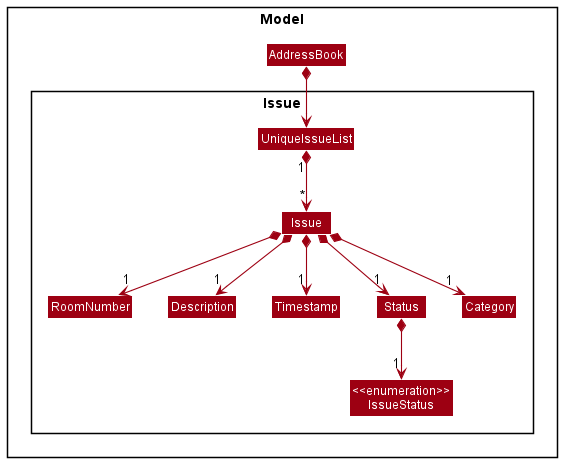
This is docs/images/issue/IssueClass.png from nus-cs2103-AY2021S2/tp, a PlantUML export, as it was before one commit. Its diagram source:
```plantuml
@startuml
!include ../style.puml
skinparam arrowThickness 1.1
skinparam arrowColor MODEL_COLOR
skinparam classBackgroundColor MODEL_COLOR


package Model {
Class AddressBook
package Issue {
Class UniqueIssueList
Class Issue
Class RoomNumber
Class Description
Class Timestamp
Class Status
Class Category
Enum "<<enumeration>>\nIssueStatus" as IssueStatus
}
}

AddressBook *--> UniqueIssueList
UniqueIssueList "1" *--> "*" Issue
Issue *--> "1" RoomNumber
Issue *--> "1" Description
Issue *--> "1" Timestamp
Issue *--> "1" Status
Issue *--> "1" Category
Status *--> "1" IssueStatus
@enduml
```
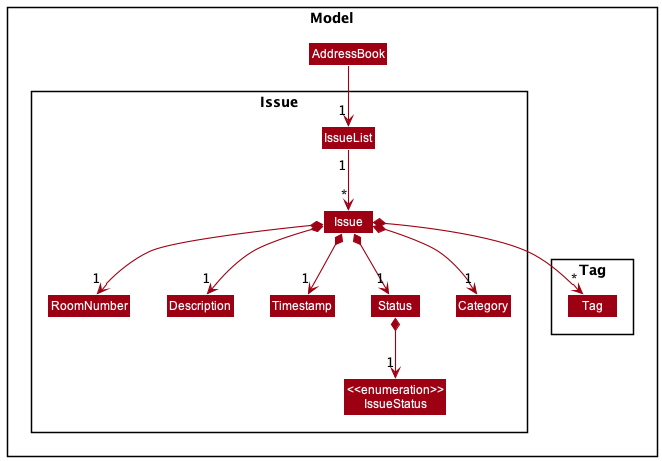
Above is the later version.

Commit message:
Docs(Issue): Update DG diagrams

Change to the diagram source:
```diff
@@ -6,25 +6,30 @@
 
 
 package Model {
-Class AddressBook
-package Issue {
-Class UniqueIssueList
-Class Issue
-Class RoomNumber
-Class Description
-Class Timestamp
-Class Status
-Class Category
-Enum "<<enumeration>>\nIssueStatus" as IssueStatus
-}
+    Class AddressBook
+    package Issue {
+        Class IssueList
+        Class Issue
+        Class RoomNumber
+        Class Description
+        Class Timestamp
+        Class Status
+        Class Category
+        Enum "<<enumeration>>\nIssueStatus" as IssueStatus
+    }
+
+    package Tag {
+        Class Tag
+    }
 }
 
-AddressBook *--> UniqueIssueList
-UniqueIssueList "1" *--> "*" Issue
+AddressBook --> "1" IssueList
+IssueList "1" --> "*" Issue
 Issue *--> "1" RoomNumber
 Issue *--> "1" Description
 Issue *--> "1" Timestamp
 Issue *--> "1" Status
 Issue *--> "1" Category
 Status *--> "1" IssueStatus
+Issue *--> "*" Tag
 @enduml
```
